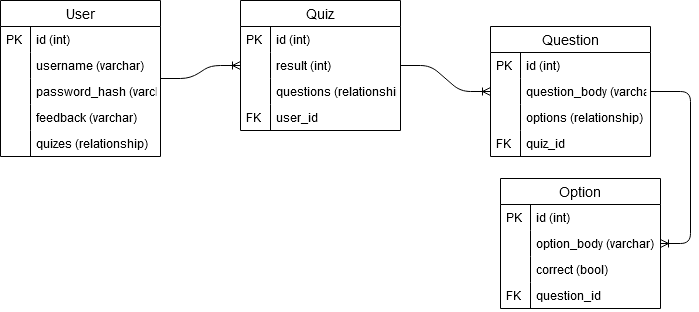
Before: resources/Game Quiz database Schema.png, a diagram exported from draw.io (Tonyguo0/CITS3403-Project-2). Source tidied: cells renumbered, new cells last; positions are measured from the earlier drawing's top-left corner, leaving out a move shared by most shapes.
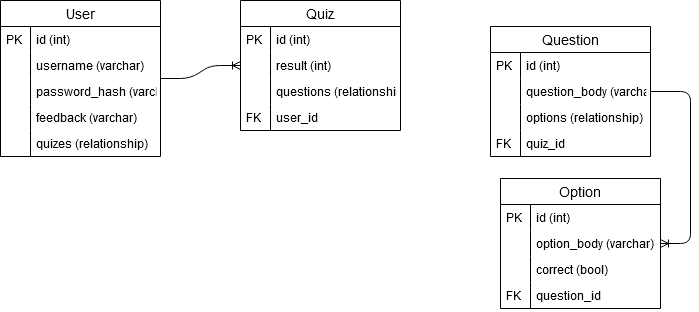
Later version of the same file.

Change to the diagram source:
```diff
@@ -62,9 +62,6 @@
     <mxCell id="21" value="FK" style="shape=partialRectangle;top=0;left=0;bottom=0;fillColor=none;align=left;verticalAlign=top;spacingLeft=4;spacingRight=4;overflow=hidden;fontSize=12;" parent="20" vertex="1">
       <mxGeometry width="30" height="26" as="geometry" />
     </mxCell>
-    <mxCell id="22" style="edgeStyle=entityRelationEdgeStyle;fontSize=12;html=1;endArrow=ERoneToMany;" parent="1" edge="1" source="13" target="25">
-      <mxGeometry relative="1" as="geometry" />
-    </mxCell>
     <mxCell id="23" style="edgeStyle=entityRelationEdgeStyle;fontSize=12;html=1;endArrow=ERoneToMany;" parent="1" edge="1" source="2" target="13">
       <mxGeometry relative="1" as="geometry" />
     </mxCell>
```
